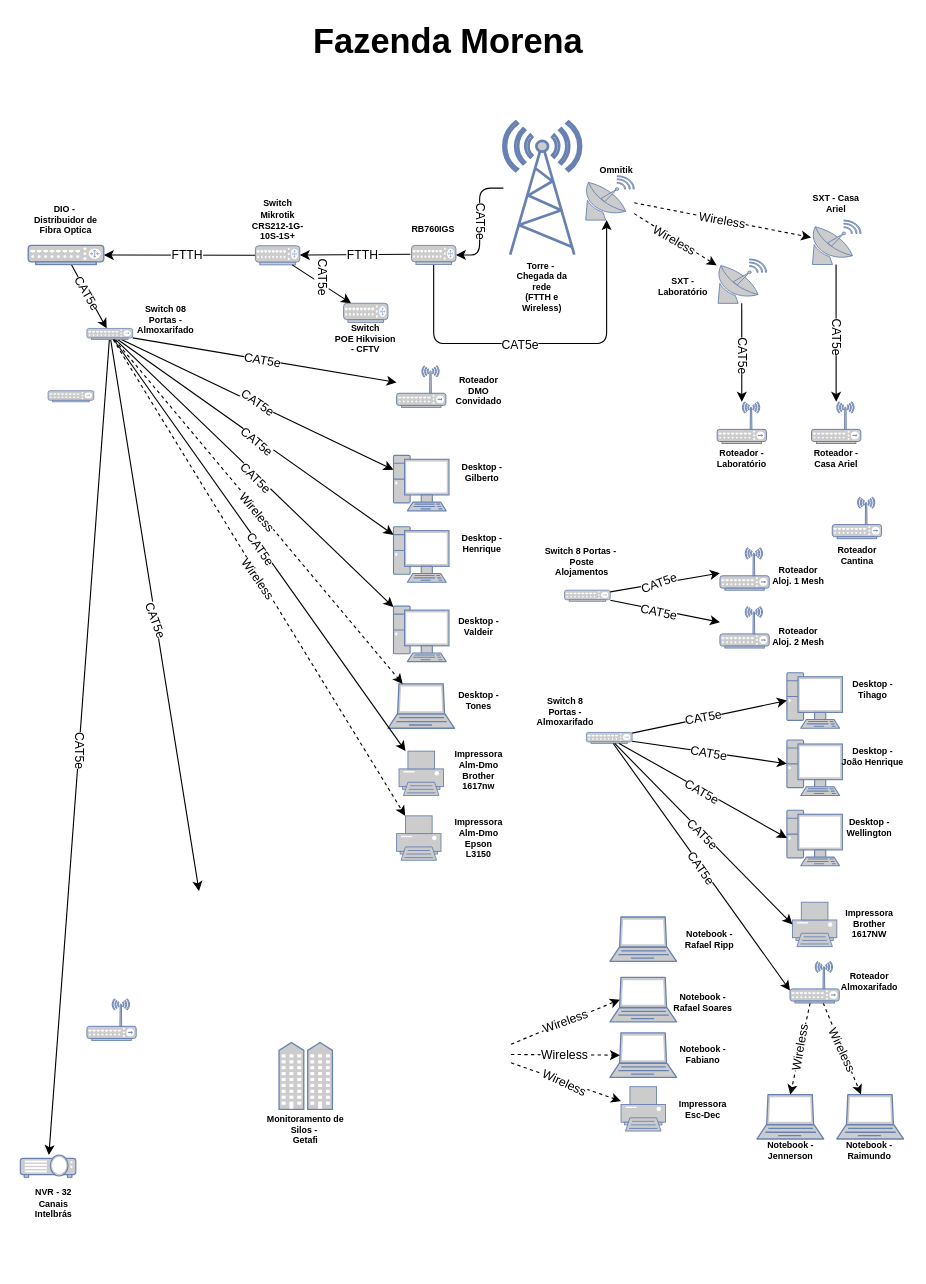
AlbertoPontes/Fluxogramas keeps this draw.io diagram as Diagrama Rede Morena.drawio. Above is the earlier version. Source tidied: cells renumbered, new cells numbered last; positions are measured from the earlier drawing's top-left corner, leaving out a move shared by most shapes. Both pictures are drawn from the tidied source at 111%, with x=0, y=0 at pixel (20, 19).
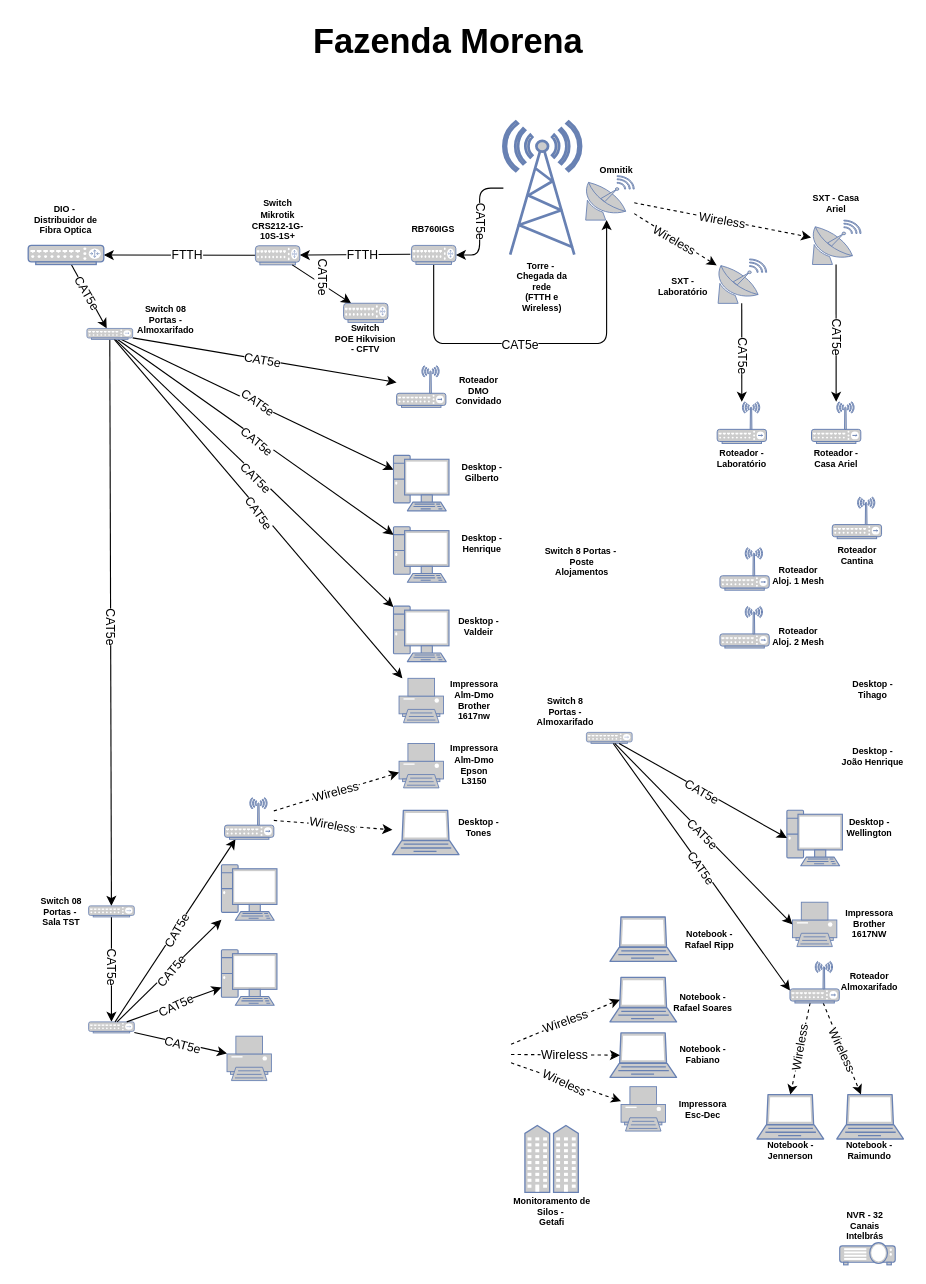
Above is the later version.

The change refers to these unchanged cells:
```xml
<mxCell id="7" style="fontColor=#0066CC;verticalAlign=top;verticalLabelPosition=bottom;labelPosition=center;align=center;html=1;outlineConnect=0;fillColor=#CCCCCC;strokeColor=#6881B3;gradientColor=none;gradientDirection=north;strokeWidth=2;shape=mxgraph.networks.hub;rounded=1;" parent="1" vertex="1">
  <mxGeometry x="509.8" y="642.3" width="41.2" height="10" as="geometry" />
</mxCell>
<mxCell id="96" style="fontColor=#0066CC;verticalAlign=top;verticalLabelPosition=bottom;labelPosition=center;align=center;html=1;outlineConnect=0;fillColor=#CCCCCC;strokeColor=#6881B3;gradientColor=none;gradientDirection=north;strokeWidth=2;shape=mxgraph.networks.wireless_hub;rounded=1;" parent="1" vertex="1">
  <mxGeometry x="630.1" y="528.8" width="44.4" height="37.5" as="geometry" />
</mxCell>
<mxCell id="100" style="fontColor=#0066CC;verticalAlign=top;verticalLabelPosition=bottom;labelPosition=center;align=center;html=1;outlineConnect=0;fillColor=#CCCCCC;strokeColor=#6881B3;gradientColor=none;gradientDirection=north;strokeWidth=2;shape=mxgraph.networks.wireless_hub;rounded=1;" parent="1" vertex="1">
  <mxGeometry x="630.1" y="475.9" width="44.4" height="38.3" as="geometry" />
</mxCell>
<mxCell id="109" style="fontColor=#0066CC;verticalAlign=top;verticalLabelPosition=bottom;labelPosition=center;align=center;html=1;outlineConnect=0;fillColor=#CCCCCC;strokeColor=#6881B3;gradientColor=none;gradientDirection=north;strokeWidth=2;shape=mxgraph.networks.hub;rounded=1;" parent="1" vertex="1">
  <mxGeometry x="59.8" y="278.4" width="41.2" height="10" as="geometry" />
</mxCell>
```

Change to the diagram source:
```diff
@@
     <mxCell id="11" style="fontColor=#0066CC;verticalAlign=top;verticalLabelPosition=bottom;labelPosition=center;align=center;html=1;outlineConnect=0;fillColor=#CCCCCC;strokeColor=#6881B3;gradientColor=none;gradientDirection=north;strokeWidth=2;shape=mxgraph.networks.pc;rounded=1;" parent="1" vertex="1">
-      <mxGeometry x="690.4" y="588.6" width="50" height="50" as="geometry" />
+      <mxGeometry x="181" y="761.6" width="50" height="50" as="geometry" />
     </mxCell>
     <mxCell id="12" style="fontColor=#0066CC;verticalAlign=top;verticalLabelPosition=bottom;labelPosition=center;align=center;html=1;outlineConnect=0;fillColor=#CCCCCC;strokeColor=#6881B3;gradientColor=none;gradientDirection=north;strokeWidth=2;shape=mxgraph.networks.pc;rounded=1;" parent="1" vertex="1">
-      <mxGeometry x="690.4" y="649.2" width="50" height="50" as="geometry" />
+      <mxGeometry x="181" y="838.1" width="50" height="50" as="geometry" />
     </mxCell>
@@
-    <mxCell id="32" style="endArrow=classic;html=1;rounded=1;" parent="1" edge="1" source="112" target="96">
-      <mxGeometry relative="1" as="geometry" />
-    </mxCell>
-    <mxCell id="33" value="CAT5e" style="edgeLabel;html=1;align=center;verticalAlign=middle;rotation=12;rounded=1;" parent="32" vertex="1">
-      <mxGeometry relative="1" as="geometry">
-        <mxPoint x="-6" as="offset" />
-      </mxGeometry>
-    </mxCell>
@@
-    <mxCell id="37" style="endArrow=classic;html=1;rounded=1;entryX=0;entryY=0.5;entryDx=0;entryDy=0;entryPerimeter=0;" parent="1" edge="1" source="7" target="11">
-      <mxGeometry relative="1" as="geometry" />
-    </mxCell>
-    <mxCell id="38" value="CAT5e" style="edgeLabel;html=1;align=center;verticalAlign=middle;rotation=-10;rounded=1;" parent="37" vertex="1">
-      <mxGeometry relative="1" as="geometry">
-        <mxPoint x="-6" as="offset" />
-      </mxGeometry>
-    </mxCell>
-    <mxCell id="39" style="endArrow=classic;html=1;rounded=1;" parent="1" edge="1" source="7" target="12">
-      <mxGeometry relative="1" as="geometry" />
-    </mxCell>
-    <mxCell id="40" value="CAT5e" style="edgeLabel;html=1;align=center;verticalAlign=middle;rotation=10;rounded=1;" parent="39" vertex="1">
-      <mxGeometry relative="1" as="geometry">
-        <mxPoint x="-1" as="offset" />
-      </mxGeometry>
-    </mxCell>
@@
-    <mxCell id="50" style="endArrow=classic;html=1;rounded=1;" parent="1" edge="1" source="109">
-      <mxGeometry relative="1" as="geometry">
-        <mxPoint x="160.8" y="785.3" as="targetPoint" />
-      </mxGeometry>
+    <mxCell id="50" style="endArrow=classic;html=1;rounded=1;" parent="1" edge="1" source="109" target="122">
+      <mxGeometry relative="1" as="geometry" />
     </mxCell>
-    <mxCell id="51" value="CAT5e" style="edgeLabel;html=1;align=center;verticalAlign=middle;rotation=70;rounded=1;" parent="50" vertex="1">
+    <mxCell id="51" value="CAT5e" style="edgeLabel;html=1;align=center;verticalAlign=middle;rotation=90;rounded=1;" parent="50" vertex="1">
       <mxGeometry relative="1" as="geometry">
         <mxPoint x="1" y="3" as="offset" />
       </mxGeometry>
     </mxCell>
@@
-    <mxCell id="102" style="fontColor=#0066CC;verticalAlign=top;verticalLabelPosition=bottom;labelPosition=center;align=center;html=1;fillColor=#CCCCCC;strokeColor=#6881B3;gradientColor=none;gradientDirection=north;strokeWidth=2;shape=mxgraph.networks.wireless_hub;rounded=1;" parent="1" vertex="1">
-      <mxGeometry x="59.8" y="882.3" width="44.4" height="37.5" as="geometry" />
-    </mxCell>
     <mxCell id="103" style="fontColor=#0066CC;verticalAlign=top;verticalLabelPosition=bottom;labelPosition=center;align=center;html=1;fillColor=#CCCCCC;strokeColor=#6881B3;gradientColor=none;gradientDirection=north;strokeWidth=2;shape=mxgraph.networks.community;rounded=1;" parent="1" vertex="1">
-      <mxGeometry x="232.9" y="921.7" width="48.1" height="60.3" as="geometry" />
+      <mxGeometry x="454.4" y="996.5" width="48.1" height="60.3" as="geometry" />
     </mxCell>
     <mxCell id="104" value="Monitoramento de Silos -&amp;nbsp;&lt;br&gt;Getafi" style="text;html=1;strokeColor=none;fillColor=none;align=center;verticalAlign=middle;whiteSpace=wrap;rounded=1;fontSize=8;fontStyle=1;" parent="1" vertex="1">
-      <mxGeometry x="218.4" y="985.6" width="78.2" height="30" as="geometry" />
+      <mxGeometry x="440" y="1060.4" width="78.2" height="30" as="geometry" />
     </mxCell>
     <mxCell id="105" style="fontColor=#0066CC;verticalAlign=top;verticalLabelPosition=bottom;labelPosition=center;align=center;html=1;outlineConnect=0;fillColor=#CCCCCC;strokeColor=#6881B3;gradientColor=none;gradientDirection=north;strokeWidth=2;shape=mxgraph.networks.video_projector;rounded=1;" parent="1" vertex="1">
-      <mxGeometry x="-0.2" y="1023.1" width="50" height="20" as="geometry" />
+      <mxGeometry x="738" y="1102" width="50" height="20" as="geometry" />
     </mxCell>
-    <mxCell id="106" style="endArrow=classic;html=1;rounded=1;" parent="1" edge="1" source="109" target="105">
+    <mxCell id="106" style="endArrow=classic;html=1;rounded=1;exitX=0.5;exitY=0;exitDx=0;exitDy=0;exitPerimeter=0;" parent="1" edge="1" source="122" target="112">
       <mxGeometry relative="1" as="geometry" />
     </mxCell>
@@
     <mxCell id="108" value="NVR - 32 Canais Intelbrás" style="text;html=1;strokeColor=none;fillColor=none;align=center;verticalAlign=middle;whiteSpace=wrap;rounded=1;fontSize=8;fontStyle=1;" parent="1" vertex="1">
-      <mxGeometry x="-0.2" y="1052" width="60" height="30" as="geometry" />
+      <mxGeometry x="731.3" y="1072" width="60" height="30" as="geometry" />
     </mxCell>
@@
     <mxCell id="112" style="fontColor=#0066CC;verticalAlign=top;verticalLabelPosition=bottom;labelPosition=center;align=center;html=1;outlineConnect=0;fillColor=#CCCCCC;strokeColor=#6881B3;gradientColor=none;gradientDirection=north;strokeWidth=2;shape=mxgraph.networks.hub;rounded=1;" parent="1" vertex="1">
-      <mxGeometry x="490.1" y="514.2" width="41.2" height="10" as="geometry" />
+      <mxGeometry x="61.3" y="903.1" width="41.2" height="10" as="geometry" />
     </mxCell>
-    <mxCell id="113" style="endArrow=classic;html=1;rounded=1;" parent="1" edge="1" source="112" target="100">
-      <mxGeometry relative="1" as="geometry" />
-    </mxCell>
-    <mxCell id="114" value="CAT5e" style="edgeLabel;html=1;align=center;verticalAlign=middle;rotation=-20;rounded=1;" parent="113" vertex="1">
-      <mxGeometry relative="1" as="geometry">
-        <mxPoint x="-6" as="offset" />
-      </mxGeometry>
-    </mxCell>
@@
     <mxCell id="122" style="fontColor=#0066CC;verticalAlign=top;verticalLabelPosition=bottom;labelPosition=center;align=center;html=1;outlineConnect=0;fillColor=#CCCCCC;strokeColor=#6881B3;gradientColor=none;gradientDirection=north;strokeWidth=2;shape=mxgraph.networks.hub;rounded=1;" parent="1" vertex="1">
-      <mxGeometry x="24.8" y="334.5" width="41.2" height="10" as="geometry" />
+      <mxGeometry x="61.3" y="798.6" width="41.2" height="10" as="geometry" />
     </mxCell>
@@
-    <mxCell id="127" style="fontColor=#0066CC;verticalAlign=top;verticalLabelPosition=bottom;labelPosition=center;align=center;html=1;outlineConnect=0;fillColor=#CCCCCC;strokeColor=#6881B3;gradientColor=none;gradientDirection=north;strokeWidth=2;shape=mxgraph.networks.laptop;rounded=1;" parent="1" vertex="1">
-      <mxGeometry x="331" y="598.6" width="60" height="40" as="geometry" />
-    </mxCell>
     <mxCell id="128" value="Desktop - Tones" style="text;html=1;strokeColor=none;fillColor=none;align=center;verticalAlign=middle;whiteSpace=wrap;rounded=1;fontSize=8;fontStyle=1;" parent="1" vertex="1">
-      <mxGeometry x="383.2" y="598.6" width="60" height="30" as="geometry" />
+      <mxGeometry x="383.2" y="712.5" width="60" height="30" as="geometry" />
     </mxCell>
     <mxCell id="129" style="fontColor=#0066CC;verticalAlign=top;verticalLabelPosition=bottom;labelPosition=center;align=center;html=1;outlineConnect=0;fillColor=#CCCCCC;strokeColor=#6881B3;gradientColor=none;gradientDirection=north;strokeWidth=2;shape=mxgraph.networks.printer;rounded=1;" parent="1" vertex="1">
-      <mxGeometry x="341" y="659.2" width="40" height="40" as="geometry" />
+      <mxGeometry x="341" y="593.6" width="40" height="40" as="geometry" />
     </mxCell>
     <mxCell id="130" value="Impressora Alm-Dmo&lt;br&gt;Brother 1617nw" style="text;html=1;strokeColor=none;fillColor=none;align=center;verticalAlign=middle;whiteSpace=wrap;rounded=1;fontSize=8;fontStyle=1;" parent="1" vertex="1">
-      <mxGeometry x="383.2" y="652" width="60" height="50" as="geometry" />
+      <mxGeometry x="378.8" y="588.6" width="60" height="50" as="geometry" />
     </mxCell>
@@
-    <mxCell id="133" style="endArrow=classic;html=1;rounded=1;strokeColor=default;dashed=1;" parent="1" edge="1" source="109" target="127">
+    <mxCell id="133" style="endArrow=classic;html=1;rounded=1;strokeColor=default;dashed=1;" parent="1" edge="1" source="143" target="127">
       <mxGeometry relative="1" as="geometry" />
     </mxCell>
-    <mxCell id="134" value="Wireless" style="edgeLabel;html=1;align=center;verticalAlign=middle;rotation=50;rounded=1;" parent="133" vertex="1">
+    <mxCell id="134" value="Wireless" style="edgeLabel;html=1;align=center;verticalAlign=middle;rotation=10;rounded=1;" parent="133" vertex="1">
       <mxGeometry relative="1" as="geometry">
         <mxPoint x="-1" as="offset" />
       </mxGeometry>
     </mxCell>
     <mxCell id="135" style="fontColor=#0066CC;verticalAlign=top;verticalLabelPosition=bottom;labelPosition=center;align=center;html=1;outlineConnect=0;fillColor=#CCCCCC;strokeColor=#6881B3;gradientColor=none;gradientDirection=north;strokeWidth=2;shape=mxgraph.networks.printer;rounded=1;" parent="1" vertex="1">
-      <mxGeometry x="338.8" y="717.5" width="40" height="40" as="geometry" />
+      <mxGeometry x="341" y="652.3" width="40" height="40" as="geometry" />
     </mxCell>
-    <mxCell id="136" style="endArrow=classic;html=1;rounded=1;strokeColor=default;dashed=1;" parent="1" edge="1" source="109" target="135">
+    <mxCell id="136" style="endArrow=classic;html=1;rounded=1;strokeColor=default;dashed=1;" parent="1" edge="1" source="143" target="135">
       <mxGeometry relative="1" as="geometry" />
     </mxCell>
-    <mxCell id="137" value="Wireless" style="edgeLabel;html=1;align=center;verticalAlign=middle;rotation=55;rounded=1;" parent="136" vertex="1">
+    <mxCell id="137" value="Wireless" style="edgeLabel;html=1;align=center;verticalAlign=middle;rotation=-15;rounded=1;" parent="136" vertex="1">
       <mxGeometry relative="1" as="geometry">
         <mxPoint x="-1" as="offset" />
       </mxGeometry>
     </mxCell>
+    <mxCell id="139" value="Switch 08 Portas -&amp;nbsp;&lt;br&gt;Sala TST" style="text;html=1;strokeColor=none;fillColor=none;align=center;verticalAlign=middle;whiteSpace=wrap;rounded=1;fontSize=8;fontStyle=1;" parent="1" vertex="1">
+      <mxGeometry x="7" y="788.6" width="60" height="30" as="geometry" />
+    </mxCell>
     <mxCell id="138" value="Impressora Alm-Dmo&lt;br&gt;Epson&lt;br&gt;L3150" style="text;html=1;strokeColor=none;fillColor=none;align=center;verticalAlign=middle;whiteSpace=wrap;rounded=1;fontSize=8;fontStyle=1;" parent="1" vertex="1">
-      <mxGeometry x="383.2" y="712.5" width="60" height="50" as="geometry" />
+      <mxGeometry x="378.8" y="647.3" width="60" height="50" as="geometry" />
     </mxCell>
+    <mxCell id="127" style="fontColor=#0066CC;verticalAlign=top;verticalLabelPosition=bottom;labelPosition=center;align=center;html=1;outlineConnect=0;fillColor=#CCCCCC;strokeColor=#6881B3;gradientColor=none;gradientDirection=north;strokeWidth=2;shape=mxgraph.networks.laptop;rounded=1;" parent="1" vertex="1">
+      <mxGeometry x="335" y="712.5" width="60" height="40" as="geometry" />
+    </mxCell>
+    <mxCell id="140" style="endArrow=classic;html=1;rounded=1;" parent="1" edge="1" source="112" target="143">
+      <mxGeometry relative="1" as="geometry" />
+    </mxCell>
+    <mxCell id="141" value="CAT5e" style="edgeLabel;html=1;align=center;verticalAlign=middle;rotation=-60;rounded=1;" parent="140" vertex="1">
+      <mxGeometry relative="1" as="geometry">
+        <mxPoint x="1" y="1" as="offset" />
+      </mxGeometry>
+    </mxCell>
+    <mxCell id="142" style="fontColor=#0066CC;verticalAlign=top;verticalLabelPosition=bottom;labelPosition=center;align=center;html=1;outlineConnect=0;fillColor=#CCCCCC;strokeColor=#6881B3;gradientColor=none;gradientDirection=north;strokeWidth=2;shape=mxgraph.networks.printer;rounded=1;" parent="1" vertex="1">
+      <mxGeometry x="186" y="916" width="40" height="40" as="geometry" />
+    </mxCell>
+    <mxCell id="143" style="fontColor=#0066CC;verticalAlign=top;verticalLabelPosition=bottom;labelPosition=center;align=center;html=1;outlineConnect=0;fillColor=#CCCCCC;strokeColor=#6881B3;gradientColor=none;gradientDirection=north;strokeWidth=2;shape=mxgraph.networks.wireless_hub;rounded=1;" parent="1" vertex="1">
+      <mxGeometry x="183.8" y="701.1" width="44.4" height="37.5" as="geometry" />
+    </mxCell>
+    <mxCell id="144" style="endArrow=classic;html=1;rounded=1;" parent="1" edge="1" source="112" target="11">
+      <mxGeometry relative="1" as="geometry" />
+    </mxCell>
+    <mxCell id="145" value="CAT5e" style="edgeLabel;html=1;align=center;verticalAlign=middle;rotation=-50;rounded=1;" parent="144" vertex="1">
+      <mxGeometry relative="1" as="geometry">
+        <mxPoint x="1" y="1" as="offset" />
+      </mxGeometry>
+    </mxCell>
+    <mxCell id="146" style="endArrow=classic;html=1;rounded=1;" parent="1" edge="1" source="112" target="12">
+      <mxGeometry relative="1" as="geometry" />
+    </mxCell>
+    <mxCell id="147" value="CAT5e" style="edgeLabel;html=1;align=center;verticalAlign=middle;rotation=-25;rounded=1;" parent="146" vertex="1">
+      <mxGeometry relative="1" as="geometry">
+        <mxPoint x="1" y="1" as="offset" />
+      </mxGeometry>
+    </mxCell>
+    <mxCell id="148" style="endArrow=classic;html=1;rounded=1;" parent="1" edge="1" source="112" target="142">
+      <mxGeometry relative="1" as="geometry" />
+    </mxCell>
+    <mxCell id="149" value="CAT5e" style="edgeLabel;html=1;align=center;verticalAlign=middle;rotation=15;rounded=1;" parent="148" vertex="1">
+      <mxGeometry relative="1" as="geometry">
+        <mxPoint x="1" y="1" as="offset" />
+      </mxGeometry>
+    </mxCell>
```
